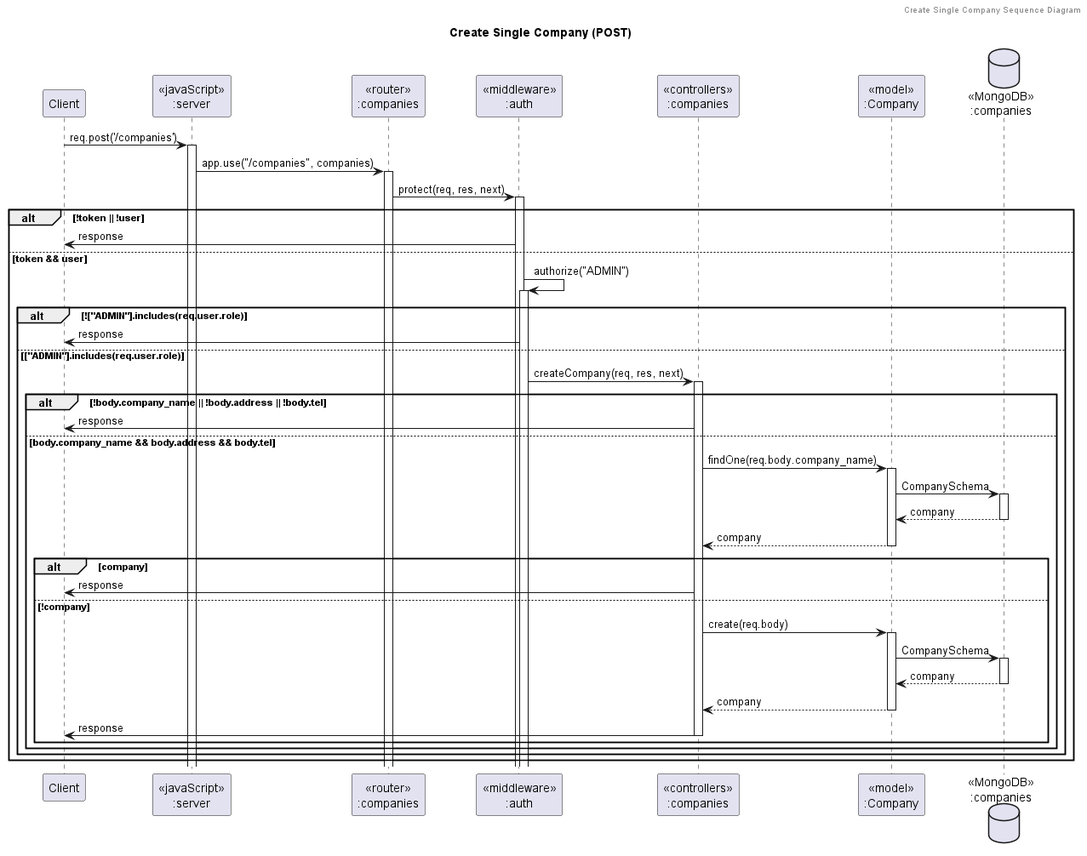
The PlantUML diagram out/diagrams/sequence_diagram/company/create_single_company/Create Single Company (POST).png in its144prelationship-study/swdevprac-project, before a commit.
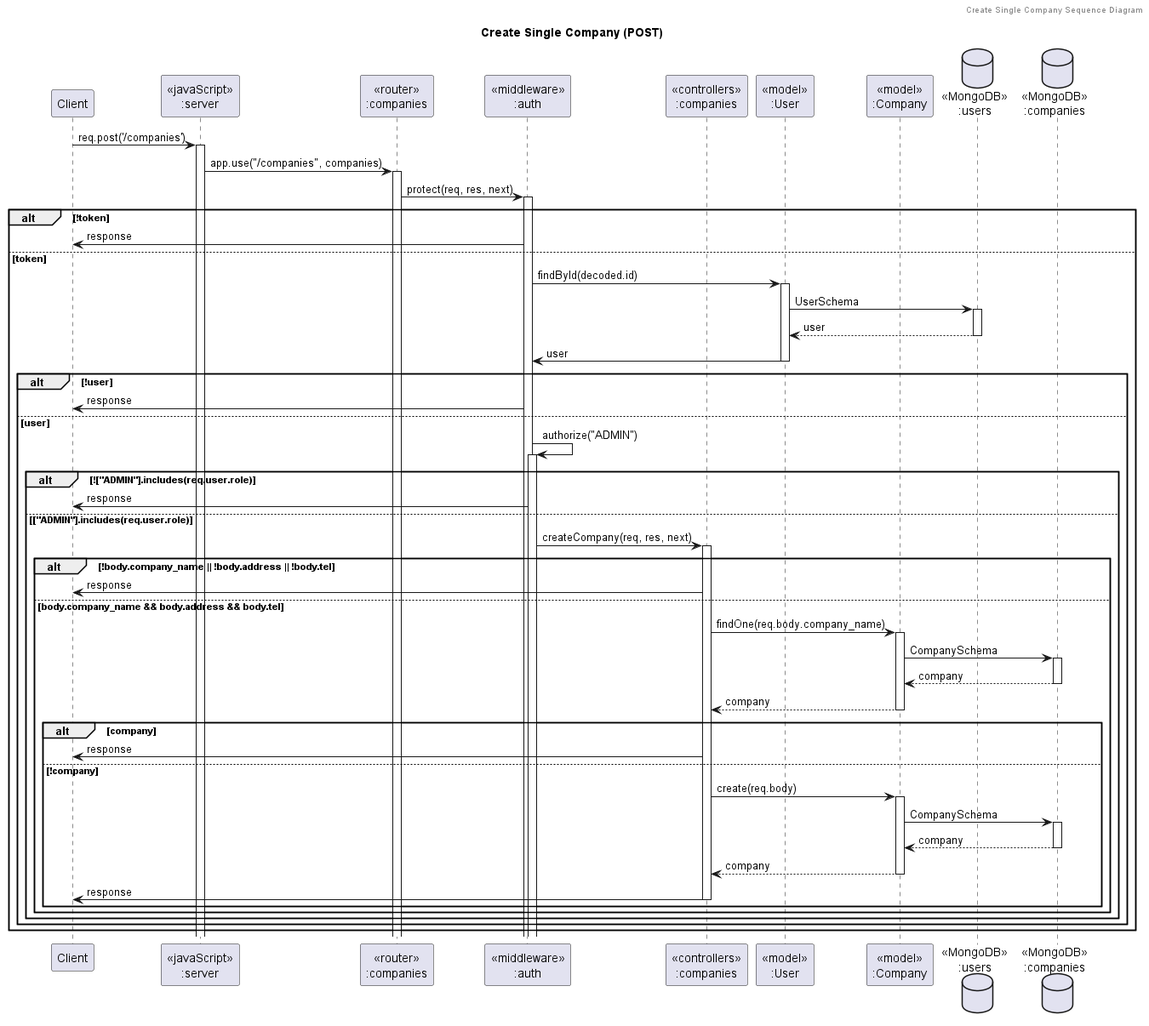
Later version of the same file.

The edit, as a diff of the source:
```diff
@@ -8,35 +8,45 @@
 participant "<<router>>\n:companies" as routerCompanies
 participant "<<middleware>>\n:auth" as authMiddleware
 participant "<<controllers>>\n:companies" as controllersCompanies
+participant "<<model>>\n:User" as modelUser
 participant "<<model>>\n:Company" as modelCompanies
+database "<<MongoDB>>\n:users" as UsersDatabase
 database "<<MongoDB>>\n:companies" as CompaniesDatabase
 
 client -> server ++:req.post('/companies')
 server -> routerCompanies ++:app.use("/companies", companies)
 routerCompanies -> authMiddleware ++:protect(req, res, next)
-alt !token || !user
+alt !token
     authMiddleware -> client :response
-else token && user
-    authMiddleware -> authMiddleware ++:authorize("ADMIN")
-    alt !["ADMIN"].includes(req.user.role)
+else token
+    authMiddleware -> modelUser ++:findById(decoded.id)
+    modelUser -> UsersDatabase ++: UserSchema
+    UsersDatabase --> modelUser --: user
+    modelUser -> authMiddleware --: user
+    alt !user
         authMiddleware -> client :response
-    else ["ADMIN"].includes(req.user.role)
-        authMiddleware -> controllersCompanies ++:createCompany(req, res, next)
-        alt !body.company_name || !body.address || !body.tel
-            controllersCompanies -> client :response
-        else body.company_name && body.address && body.tel
-            controllersCompanies -> modelCompanies ++:findOne(req.body.company_name)
-            modelCompanies -> CompaniesDatabase ++: CompanySchema
-            CompaniesDatabase --> modelCompanies --: company
-            controllersCompanies <-- modelCompanies --: company
-            alt company
-                controllersCompanies -> client : response
-            else !company
-                controllersCompanies -> modelCompanies ++:create(req.body)
+    else user
+        authMiddleware -> authMiddleware ++:authorize("ADMIN")
+        alt !["ADMIN"].includes(req.user.role)
+            authMiddleware -> client :response
+        else ["ADMIN"].includes(req.user.role)
+            authMiddleware -> controllersCompanies ++:createCompany(req, res, next)
+            alt !body.company_name || !body.address || !body.tel
+                controllersCompanies -> client :response
+            else body.company_name && body.address && body.tel
+                controllersCompanies -> modelCompanies ++:findOne(req.body.company_name)
                 modelCompanies -> CompaniesDatabase ++: CompanySchema
                 CompaniesDatabase --> modelCompanies --: company
                 controllersCompanies <-- modelCompanies --: company
-                controllersCompanies -> client --: response
+                alt company
+                    controllersCompanies -> client : response
+                else !company
+                    controllersCompanies -> modelCompanies ++:create(req.body)
+                    modelCompanies -> CompaniesDatabase ++: CompanySchema
+                    CompaniesDatabase --> modelCompanies --: company
+                    controllersCompanies <-- modelCompanies --: company
+                    controllersCompanies -> client --: response
+                end
             end
         end
     end
```
